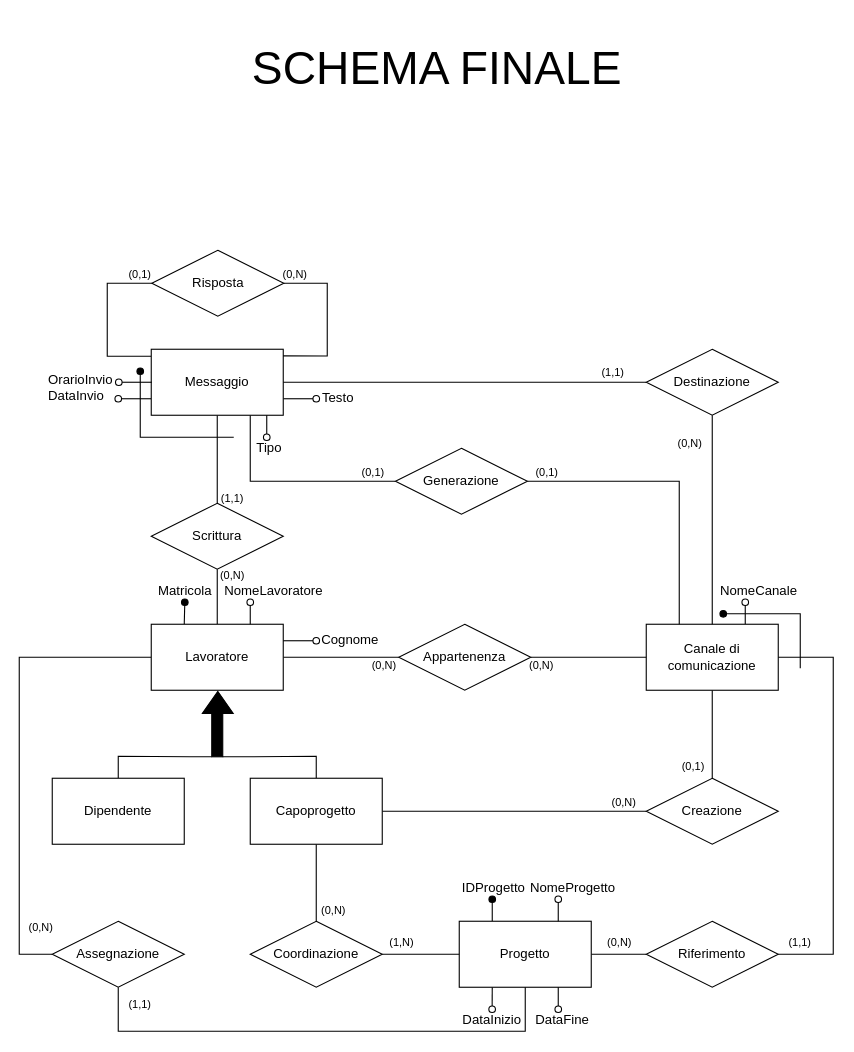
martafra/BD-Chat-Multicanale keeps this draw.io diagram as page "schema-finale" (4 of 4) of Relazione/Schema ER/scheletro.drawio. Above is the earlier version. Source tidied: cells renumbered, new cells numbered last; positions are measured from the earlier drawing's top-left corner, leaving out a move shared by most shapes. Both pictures are drawn from the tidied source at 110%, with x=0, y=0 at pixel (19, 19).
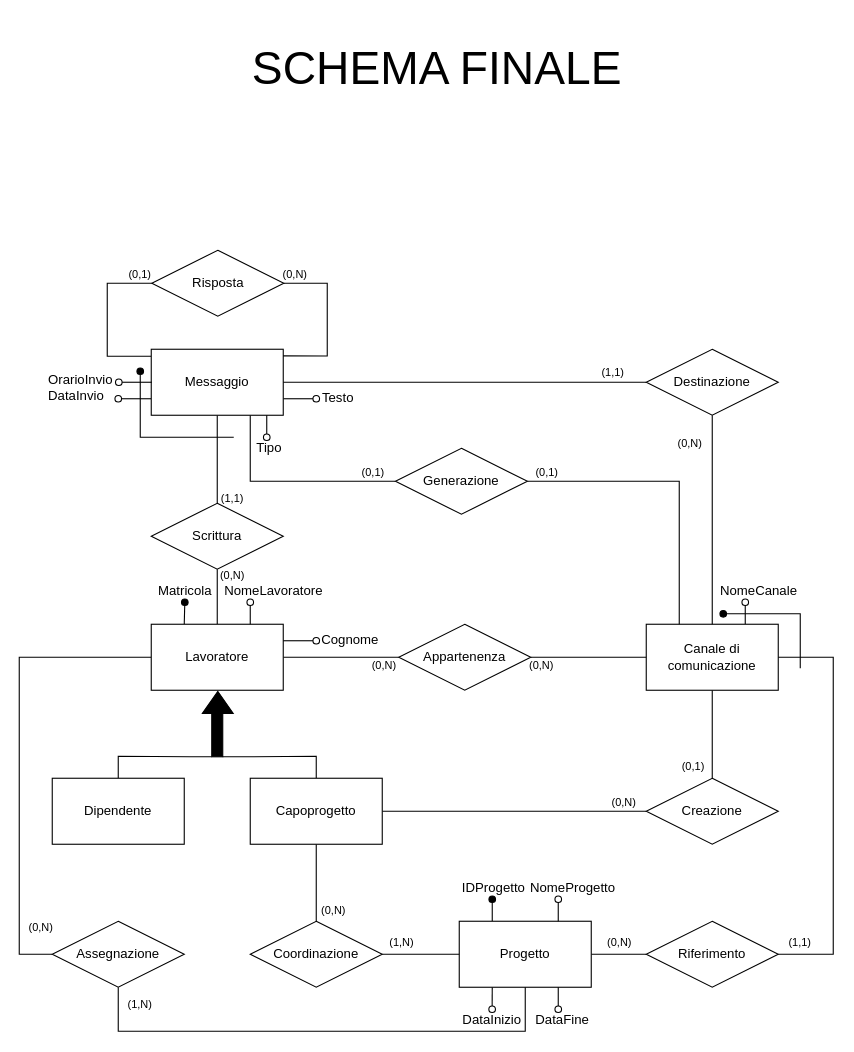
After the change.

Diff of the diagram source:
```diff
@@
-    <mxCell id="70" value="(1,1)" style="text;html=1;strokeColor=none;fillColor=none;align=center;verticalAlign=middle;whiteSpace=wrap;rounded=0;fontSize=10;" parent="1" vertex="1">
+    <mxCell id="70" value="(1,N)" style="text;html=1;strokeColor=none;fillColor=none;align=center;verticalAlign=middle;whiteSpace=wrap;rounded=0;fontSize=10;" parent="1" vertex="1">
       <mxGeometry x="100" y="890" width="20" height="10" as="geometry" />
     </mxCell>
```
